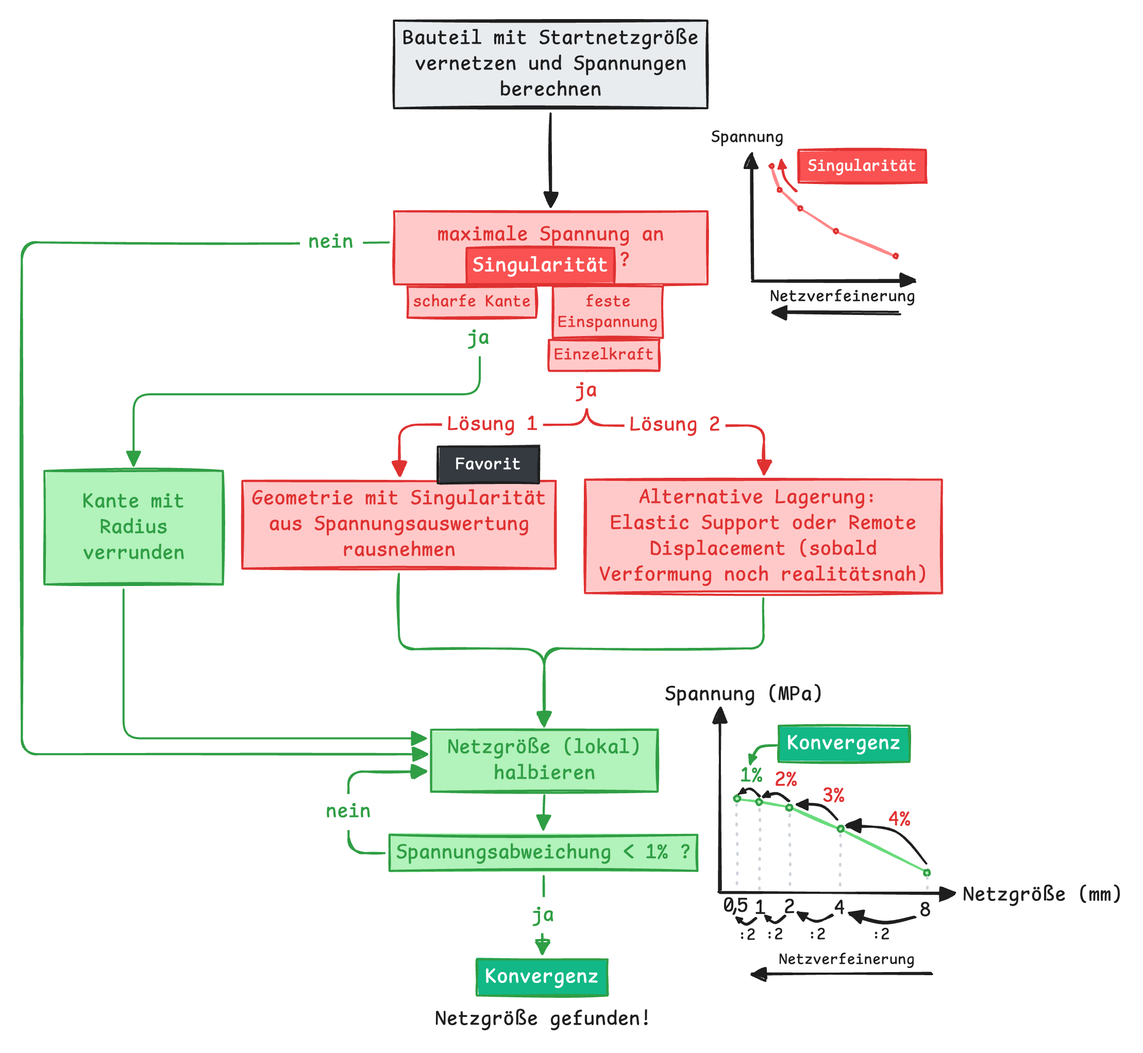
This is docs/P3_Vernetzung/02_ANSYS_Umsetzung/images/Vorgehen_Gesamt.excalidraw.png from prof-schoenfelder-lab/Strukturmechanik, a Excalidraw export, as it was before one commit. Source tidied: one line per element, renumbered; positions are measured from the earlier drawing's top-left corner, leaving out a move shared by most shapes.
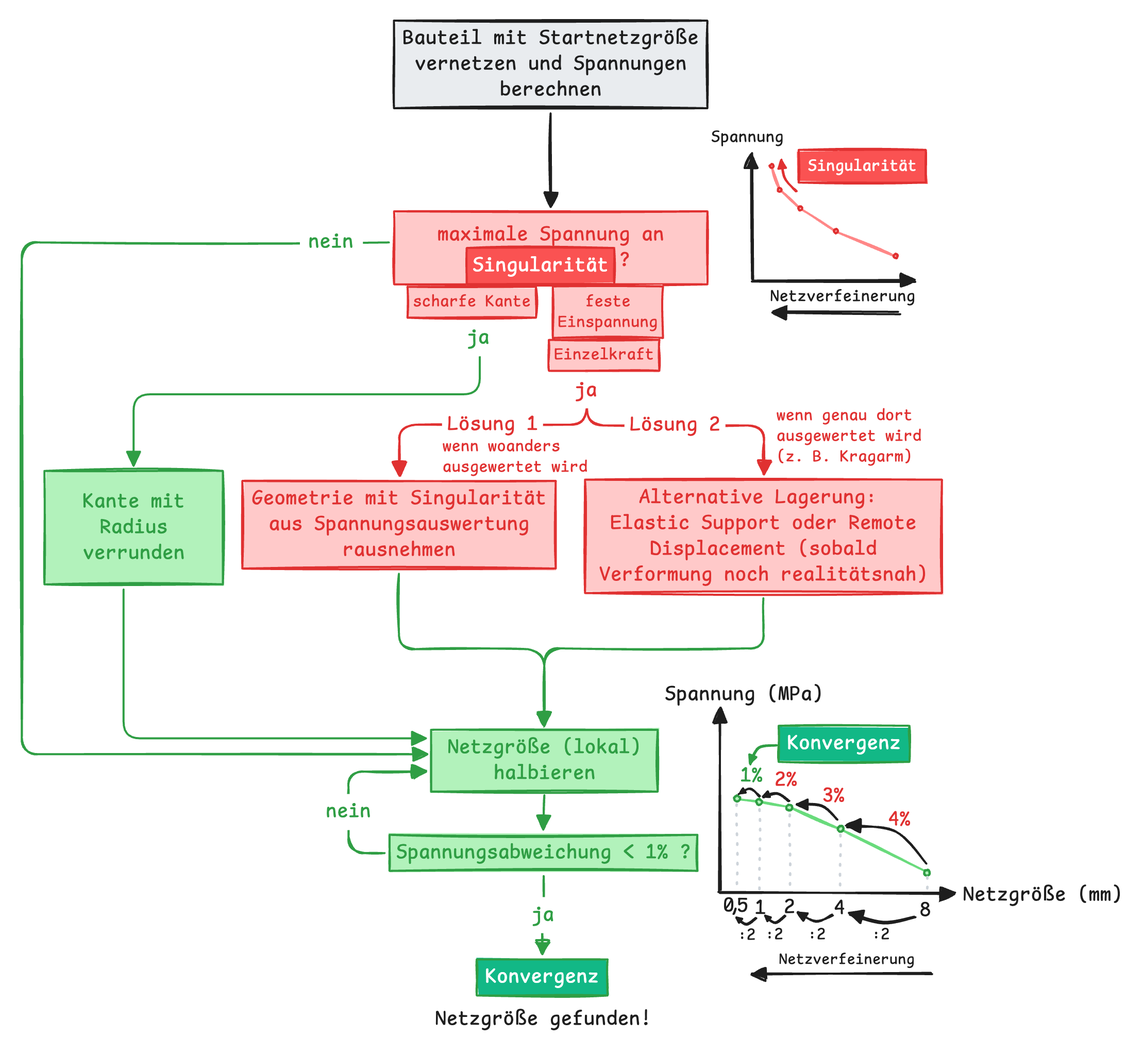
After the change.

Commit message:
P3: Lösung 1 gilt nur, wenn woanders ausgewertet wird, Kragarm läuft über alternative Lagerung (SM-20)

The edit, as a diff of the source:
```diff
@@ -30,8 +30,6 @@
 {"id": 29, "type": "text", "text": "Lösung 2", "strokeColor": "#e03131", "backgroundColor": "#ffffff", "fillStyle": "solid", "strokeWidth": 2, "roughness": 1, "fontSize": 20, "fontFamily": 8, "textAlign": "center", "verticalAlign": "middle", "inside": 28, "x": 590, "y": 380, "width": 88, "height": 25}
 {"id": 30, "type": "rectangle", "strokeColor": "transparent", "backgroundColor": "#ffffff", "fillStyle": "solid", "strokeWidth": 2, "roughness": 1, "x": 420, "y": 291, "width": 45, "height": 35}
 {"id": 31, "type": "text", "text": "ja", "strokeColor": "#2f9e44", "backgroundColor": "#ffc9c9", "fillStyle": "solid", "strokeWidth": 2, "roughness": 1, "fontSize": 20, "fontFamily": 8, "textAlign": "center", "verticalAlign": "middle", "inside": 30, "x": 432, "y": 296, "width": 22, "height": 25}
-{"id": 32, "type": "rectangle", "strokeColor": "#1e1e1e", "backgroundColor": "#343a40", "fillStyle": "solid", "strokeWidth": 2, "roughness": 1, "x": 404, "y": 413, "width": 98, "height": 36}
-{"id": 33, "type": "text", "text": "Favorit", "strokeColor": "#ffffff", "backgroundColor": "#343a40", "fillStyle": "solid", "strokeWidth": 2, "roughness": 1, "fontSize": 16.49, "fontFamily": 8, "textAlign": "center", "verticalAlign": "middle", "inside": 32, "x": 421, "y": 421, "width": 63, "height": 21}
 {"id": 34, "type": "line", "strokeColor": "#69db7c", "strokeWidth": 2, "roughness": 1, "x": 878, "y": 826, "width": 184, "height": 71, "points": [[0, 0], [-83, -41], [-133, -63], [-163, -68], [-184, -71]]}
 {"id": 35, "type": "arrow", "strokeColor": "#1e1e1e", "strokeWidth": 2, "roughness": 1, "endArrowhead": "triangle", "round": true, "x": 677, "y": 846, "width": 228, "height": 0, "points": [[0, 0], [228, 0]]}
 {"id": 36, "type": "arrow", "strokeColor": "#1e1e1e", "strokeWidth": 2, "roughness": 1, "endArrowhead": "triangle", "round": true, "x": 883, "y": 925, "width": 175, "height": 0, "points": [[0, 0], [-175, 0]]}
@@ -104,3 +102,5 @@
 {"id": 103, "type": "rectangle", "strokeColor": "#e03131", "backgroundColor": "#ffc9c9", "fillStyle": "solid", "strokeWidth": 2, "roughness": 1, "x": 511, "y": 310, "width": 107, "height": 30}
 {"id": 104, "type": "text", "text": "Einzelkraft", "strokeColor": "#e03131", "backgroundColor": "#ffc9c9", "fillStyle": "solid", "strokeWidth": 2, "roughness": 1, "fontSize": 16, "fontFamily": 8, "textAlign": "center", "verticalAlign": "middle", "inside": 103, "x": 517, "y": 315, "width": 97, "height": 20}
 {"id": 105, "type": "arrow", "strokeColor": "#2f9e44", "backgroundColor": "#b2f2bb", "fillStyle": "solid", "strokeWidth": 2, "roughness": 0, "endArrowhead": "triangle", "from": 97, "to": 78, "x": 99, "y": 552, "width": 293, "height": 144, "points": [[0, 0], [0, 144], [293, 144]]}
+{"id": 106, "type": "text", "text": "wenn woanders\nausgewertet wird", "strokeColor": "#e03131", "strokeWidth": 2, "roughness": 1, "fontSize": 16, "fontFamily": 8, "x": 408, "y": 403, "width": 141, "height": 40}
+{"id": 107, "type": "text", "text": "wenn genau dort\nausgewertet wird\n(z. B. Kragarm)", "strokeColor": "#e03131", "strokeWidth": 2, "roughness": 1, "fontSize": 16, "fontFamily": 8, "x": 732, "y": 373, "width": 141, "height": 60}
```
